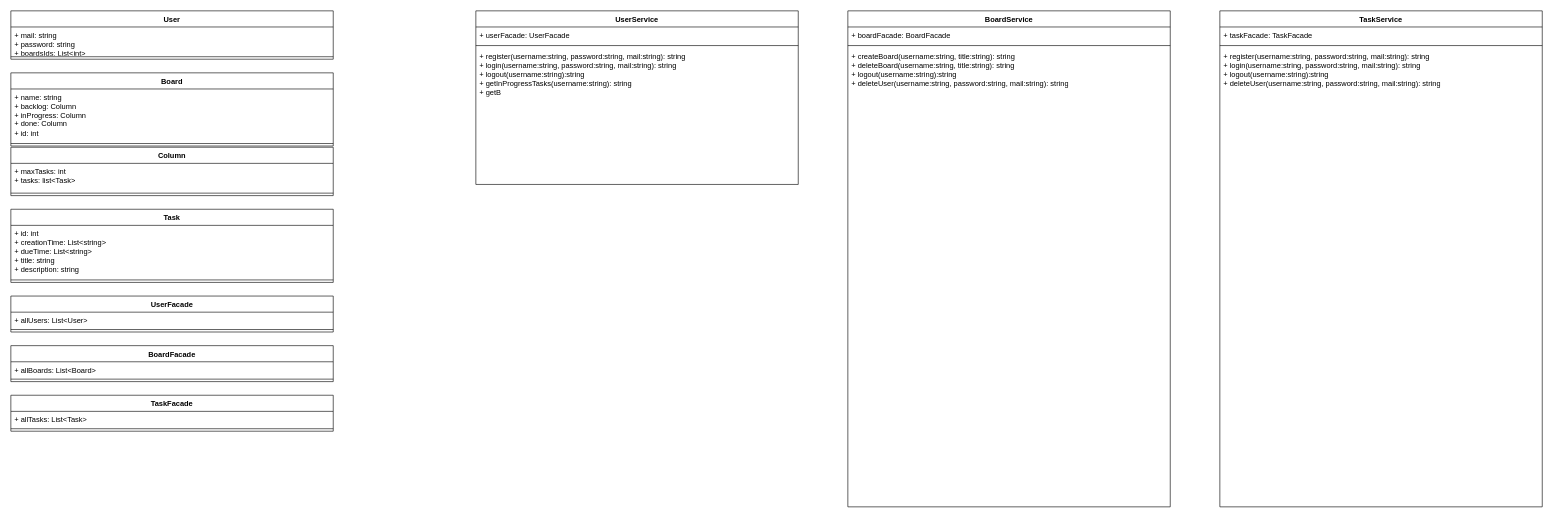
Above: UML.drawio in shirier/HandasatTochna (draw.io), before the change. Source tidied: cells renumbered, new cells numbered last; positions are measured from the earlier drawing's top-left corner, leaving out a move shared by most shapes. Both pictures are drawn from the tidied source at 62%, with x=0, y=0 at pixel (11, 11).
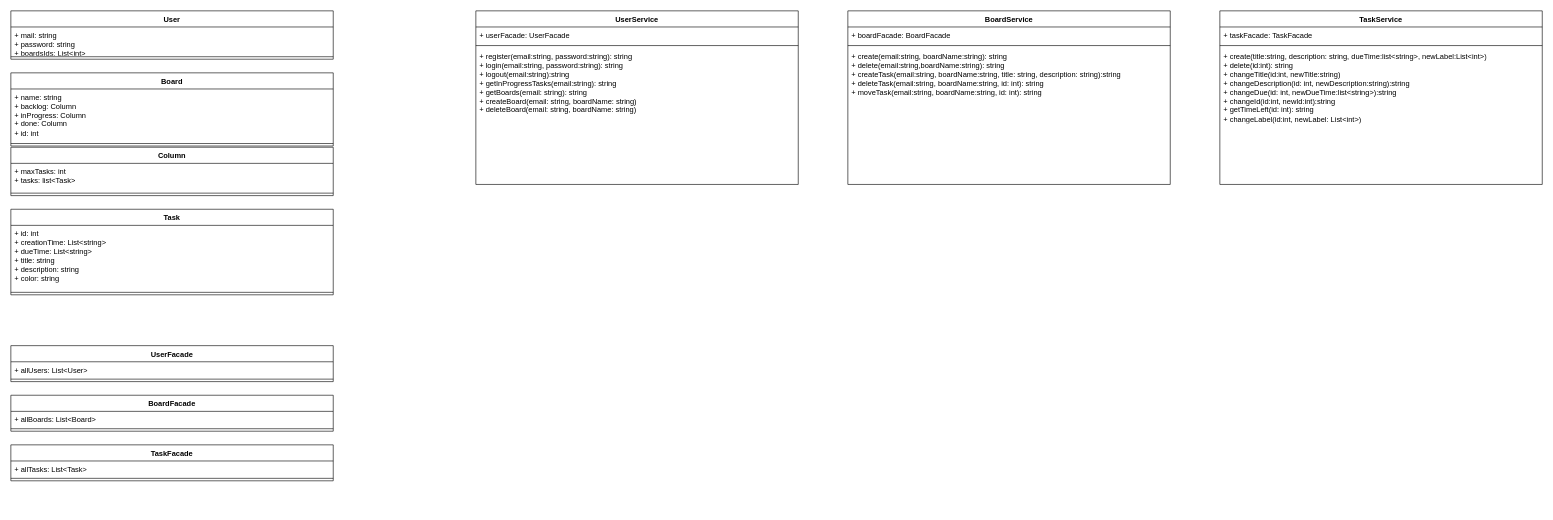
After the change.

Commit message:
updated the uml. Not finished

The change refers to these unchanged cells:
```xml
<mxCell id="10" value="UserService" style="swimlane;fontStyle=1;align=center;verticalAlign=top;horizontal=1;startSize=26;whiteSpace=wrap;html=1;" parent="1" vertex="1">
  <mxGeometry x="750" width="520" height="280" as="geometry" />
</mxCell>
```

The edit, as a diff of the source:
```diff
@@
     <mxCell id="2" value="BoardService" style="swimlane;fontStyle=1;align=center;verticalAlign=top;horizontal=1;startSize=26;whiteSpace=wrap;html=1;" parent="1" vertex="1">
-      <mxGeometry x="1350" width="520" height="800" as="geometry" />
+      <mxGeometry x="1350" width="520" height="280" as="geometry" />
     </mxCell>
@@
-    <mxCell id="5" value="+ createBoard(username:string, title:string): string&lt;br&gt;+ deleteBoard(username:string, title:string): string&lt;br&gt;+ logout(username:string):string&lt;br&gt;+ deleteUser(username:string, password:string, mail:string): string" style="text;strokeColor=none;fillColor=none;align=left;verticalAlign=top;spacingLeft=4;spacingRight=4;overflow=hidden;whiteSpace=wrap;html=1;" parent="2" vertex="1">
-      <mxGeometry y="60" width="520" height="740" as="geometry" />
+    <mxCell id="5" value="+ create(email:string, boardName:string): string&lt;br&gt;+ delete(email:string,boardName:string): string&lt;br&gt;+ createTask(email:string, boardName:string, title: string, description: string):string&lt;br&gt;+ deleteTask(email:string, boardName:string, id: int): string&lt;br&gt;+ moveTask(email:string, boardName:string, id: int): string" style="text;strokeColor=none;fillColor=none;align=left;verticalAlign=top;spacingLeft=4;spacingRight=4;overflow=hidden;whiteSpace=wrap;html=1;" parent="2" vertex="1">
+      <mxGeometry y="60" width="520" height="220" as="geometry" />
     </mxCell>
     <mxCell id="6" value="TaskService" style="swimlane;fontStyle=1;align=center;verticalAlign=top;horizontal=1;startSize=26;whiteSpace=wrap;html=1;" parent="1" vertex="1">
-      <mxGeometry x="1950" width="520" height="800" as="geometry" />
+      <mxGeometry x="1950" width="520" height="280" as="geometry" />
     </mxCell>
@@
-    <mxCell id="9" value="+ register(username:string, password:string, mail:string): string&lt;br&gt;+ login(username:string, password:string, mail:string): string&lt;br&gt;+ logout(username:string):string&lt;br&gt;+ deleteUser(username:string, password:string, mail:string): string&lt;br&gt;" style="text;strokeColor=none;fillColor=none;align=left;verticalAlign=top;spacingLeft=4;spacingRight=4;overflow=hidden;whiteSpace=wrap;html=1;" parent="6" vertex="1">
-      <mxGeometry y="60" width="520" height="740" as="geometry" />
+    <mxCell id="9" value="+ create(title:string, description: string, dueTime:list&amp;lt;string&amp;gt;, newLabel:List&amp;lt;int&amp;gt;)&lt;br&gt;+ delete(id:int): string&lt;br&gt;+ changeTitle(id:int, newTitle:string)&lt;br&gt;+ changeDescription(id: int, newDescription:string):string&lt;br&gt;+ changeDue(id: int, newDueTime:list&amp;lt;string&amp;gt;):string&lt;br&gt;+ changeId(id:int, newId:int):string&lt;br&gt;+ getTimeLeft(id: int): string&lt;br&gt;+ changeLabel(id:int, newLabel: List&amp;lt;int&amp;gt;)" style="text;strokeColor=none;fillColor=none;align=left;verticalAlign=top;spacingLeft=4;spacingRight=4;overflow=hidden;whiteSpace=wrap;html=1;" parent="6" vertex="1">
+      <mxGeometry y="60" width="520" height="220" as="geometry" />
     </mxCell>
@@
-    <mxCell id="13" value="+ register(username:string, password:string, mail:string): string&lt;br&gt;+ login(username:string, password:string, mail:string): string&lt;br&gt;+ logout(username:string):string&lt;br&gt;+ getInProgressTasks(username:string): string&lt;br&gt;+ getB&amp;nbsp;" style="text;strokeColor=none;fillColor=none;align=left;verticalAlign=top;spacingLeft=4;spacingRight=4;overflow=hidden;whiteSpace=wrap;html=1;" parent="10" vertex="1">
+    <mxCell id="13" value="+ register(email:string, password:string): string&lt;br&gt;+ login(email:string, password:string): string&lt;br&gt;+ logout(email:string):string&lt;br&gt;+ getInProgressTasks(email:string): string&lt;br&gt;+ getBoards(email: string): string&amp;nbsp;&lt;br&gt;+ createBoard(email: string, boardName: string)&lt;br&gt;+ deleteBoard(email: string, boardName: string)" style="text;strokeColor=none;fillColor=none;align=left;verticalAlign=top;spacingLeft=4;spacingRight=4;overflow=hidden;whiteSpace=wrap;html=1;" parent="10" vertex="1">
       <mxGeometry y="60" width="520" height="220" as="geometry" />
     </mxCell>
@@
     <mxCell id="23" value="Task" style="swimlane;fontStyle=1;align=center;verticalAlign=top;horizontal=1;startSize=26;whiteSpace=wrap;html=1;" parent="1" vertex="1">
-      <mxGeometry y="320" width="520" height="118" as="geometry" />
+      <mxGeometry y="320" width="520" height="138" as="geometry" />
     </mxCell>
-    <mxCell id="24" value="+ id: int&lt;br&gt;+ creationTime: List&amp;lt;string&amp;gt;&lt;br&gt;+ dueTime: List&amp;lt;string&amp;gt;&lt;br&gt;+ title: string&lt;br&gt;+ description: string&amp;nbsp;" style="text;strokeColor=none;fillColor=none;align=left;verticalAlign=top;spacingLeft=4;spacingRight=4;overflow=hidden;whiteSpace=wrap;html=1;" parent="23" vertex="1">
-      <mxGeometry y="26" width="520" height="84" as="geometry" />
+    <mxCell id="24" value="+ id: int&lt;br&gt;+ creationTime: List&amp;lt;string&amp;gt;&lt;br&gt;+ dueTime: List&amp;lt;string&amp;gt;&lt;br&gt;+ title: string&lt;br&gt;+ description: string&amp;nbsp;&lt;br&gt;+ color: string" style="text;strokeColor=none;fillColor=none;align=left;verticalAlign=top;spacingLeft=4;spacingRight=4;overflow=hidden;whiteSpace=wrap;html=1;" parent="23" vertex="1">
+      <mxGeometry y="26" width="520" height="104" as="geometry" />
     </mxCell>
     <mxCell id="25" style="line;strokeWidth=1;fillColor=none;align=left;verticalAlign=middle;spacingTop=-1;spacingLeft=3;spacingRight=3;labelPosition=right;strokeColor=inherit;" parent="23" vertex="1">
-      <mxGeometry y="110" width="520" height="8" as="geometry" />
+      <mxGeometry y="130" width="520" height="8" as="geometry" />
     </mxCell>
     <mxCell id="26" value="UserFacade" style="swimlane;fontStyle=1;align=center;verticalAlign=top;horizontal=1;startSize=26;whiteSpace=wrap;html=1;" parent="1" vertex="1">
-      <mxGeometry y="460" width="520" height="58" as="geometry" />
+      <mxGeometry y="540" width="520" height="58" as="geometry" />
     </mxCell>
@@
     <mxCell id="29" value="BoardFacade" style="swimlane;fontStyle=1;align=center;verticalAlign=top;horizontal=1;startSize=26;whiteSpace=wrap;html=1;" parent="1" vertex="1">
-      <mxGeometry y="540" width="520" height="58" as="geometry" />
+      <mxGeometry y="620" width="520" height="58" as="geometry" />
     </mxCell>
@@
     <mxCell id="32" value="TaskFacade" style="swimlane;fontStyle=1;align=center;verticalAlign=top;horizontal=1;startSize=26;whiteSpace=wrap;html=1;" parent="1" vertex="1">
-      <mxGeometry y="620" width="520" height="58" as="geometry" />
+      <mxGeometry y="700" width="520" height="58" as="geometry" />
     </mxCell>
```
